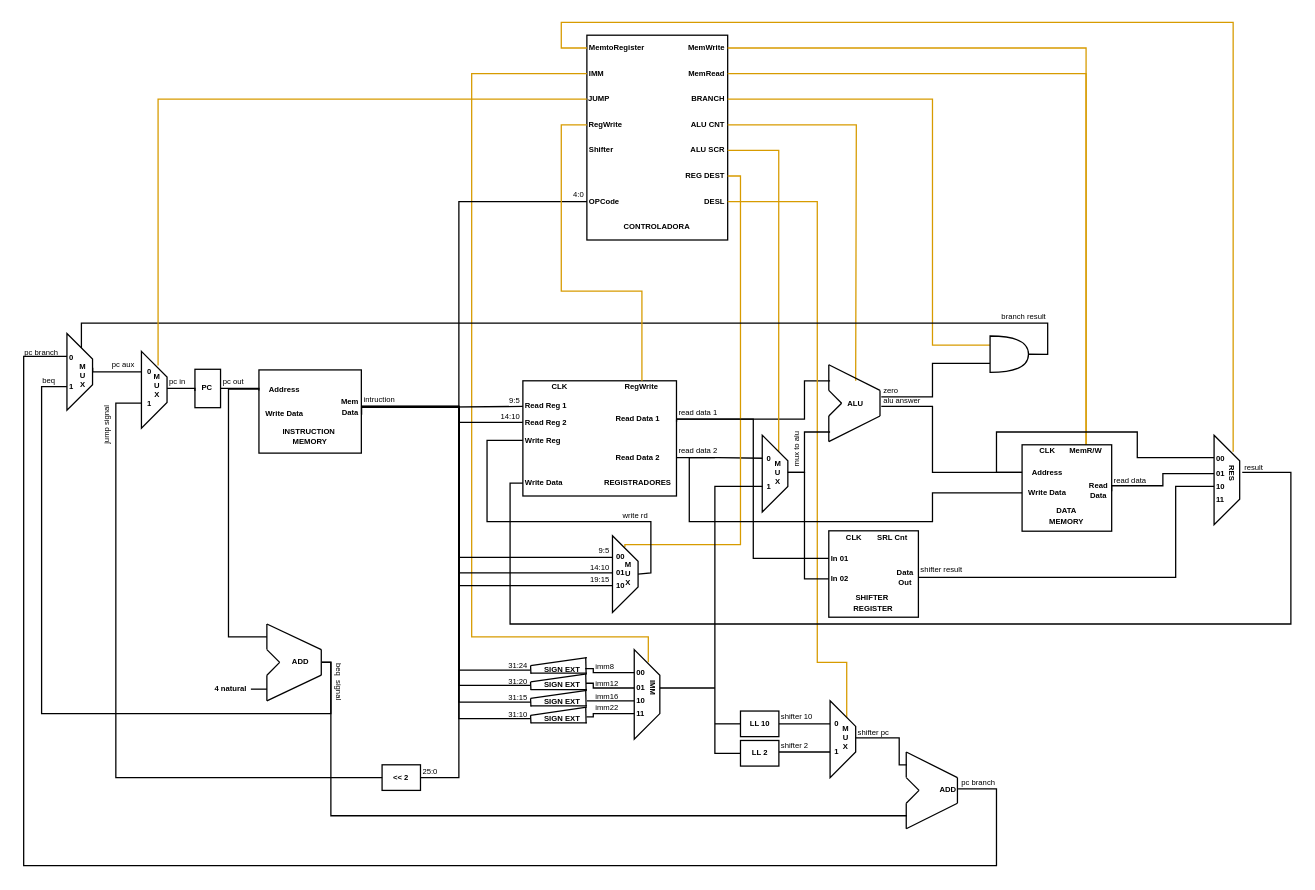
Above: Data Path.drawio in RodolfoLessa/risc-v_basead_CPU (draw.io), before the change. Source tidied: cells renumbered, new cells numbered last; positions are measured from the earlier drawing's top-left corner, leaving out a move shared by most shapes. Both pictures are drawn from the tidied source at 128%, with x=0, y=0 at pixel (22, 22).
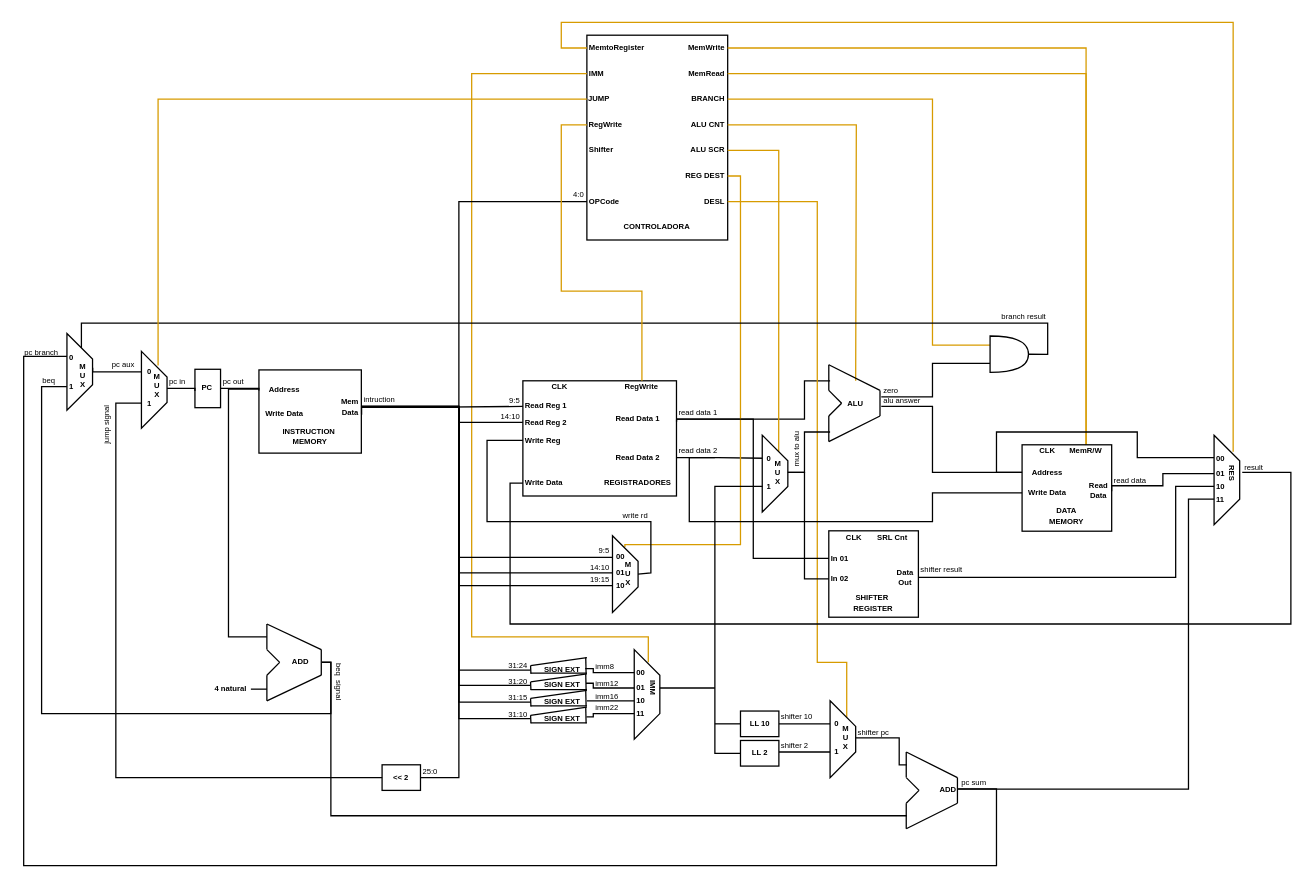
The same page after the edit.

Commit message:
adicionando o valor do pc no result

Unchanged cells that the change refers to:
```xml
<mxCell id="190" value="11" style="text;html=1;strokeColor=none;fillColor=none;align=left;verticalAlign=middle;whiteSpace=wrap;rounded=0;fontSize=6;fontStyle=1;rotation=0;" parent="1" vertex="1">
  <mxGeometry x="931" y="362.5" width="13" height="20" as="geometry" />
</mxCell>
```

What changed in the source:
```diff
@@
-    <mxCell id="145" value="pc branch" style="text;html=1;strokeColor=none;fillColor=none;align=left;verticalAlign=middle;whiteSpace=wrap;rounded=0;fontSize=6;" parent="1" vertex="1">
+    <mxCell id="145" value="pc sum" style="text;html=1;strokeColor=none;fillColor=none;align=left;verticalAlign=middle;whiteSpace=wrap;rounded=0;fontSize=6;" parent="1" vertex="1">
       <mxGeometry x="732" y="589" width="35" height="9.5" as="geometry" />
     </mxCell>
@@
+    <mxCell id="232" style="edgeStyle=orthogonalEdgeStyle;shape=connector;rounded=0;jettySize=auto;html=1;labelBackgroundColor=default;strokeColor=default;fontFamily=Helvetica;fontSize=11;fontColor=default;endArrow=none;endFill=0;" parent="1" edge="1" source="190">
+      <mxGeometry relative="1" as="geometry">
+        <mxPoint x="731" y="599" as="targetPoint" />
+        <Array as="points">
+          <mxPoint x="911" y="372" />
+          <mxPoint x="911" y="599" />
+        </Array>
+      </mxGeometry>
+    </mxCell>
```
